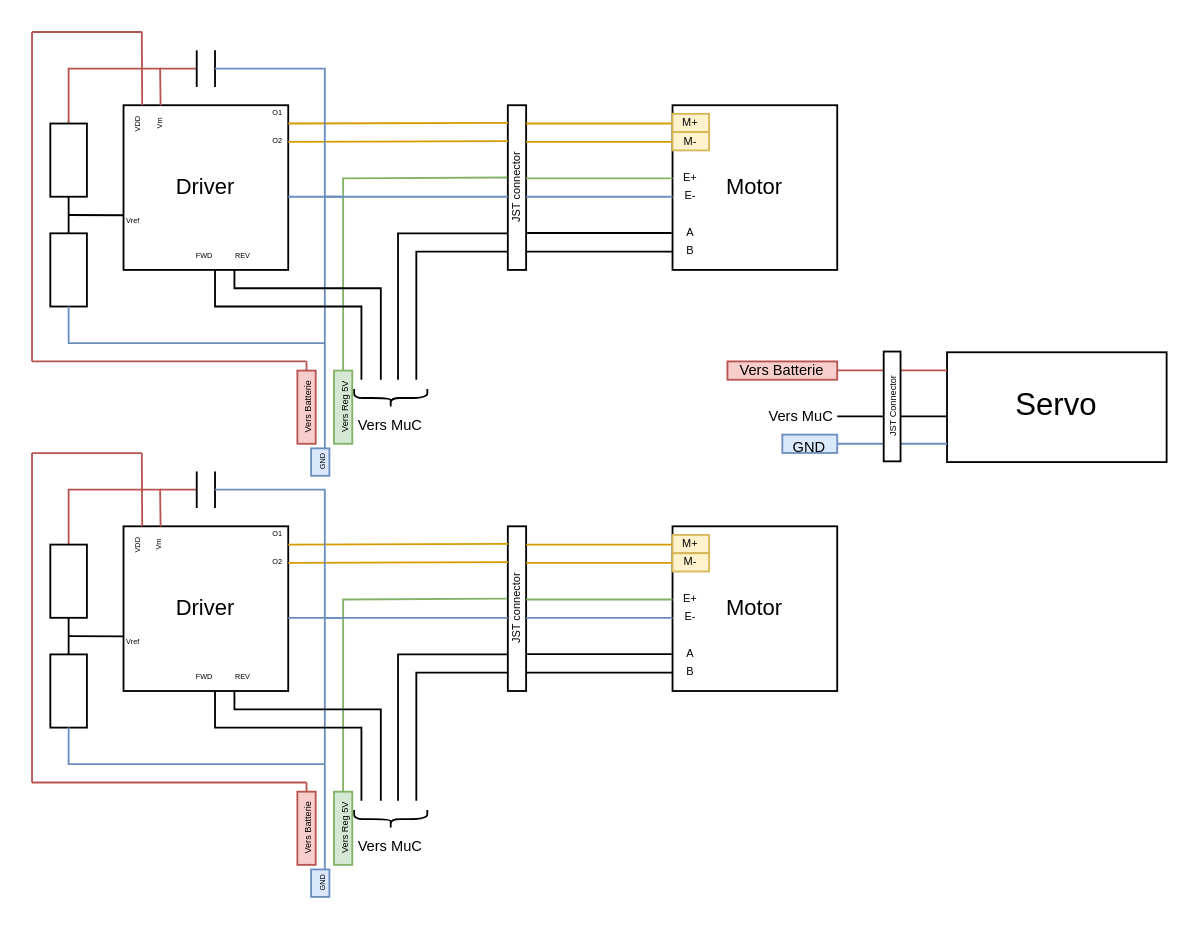
Artpel1805/Beerator keeps this draw.io diagram as page "Actuators" (4 of 5) of Diagramme/Diagramme sans nom.drawio. Above is the earlier version. Source tidied: cells renumbered, new cells numbered last; positions are measured from the earlier drawing's top-left corner, leaving out a move shared by most shapes. Both pictures are drawn from the tidied source at 183%, with x=0, y=0 at pixel (31, 31).
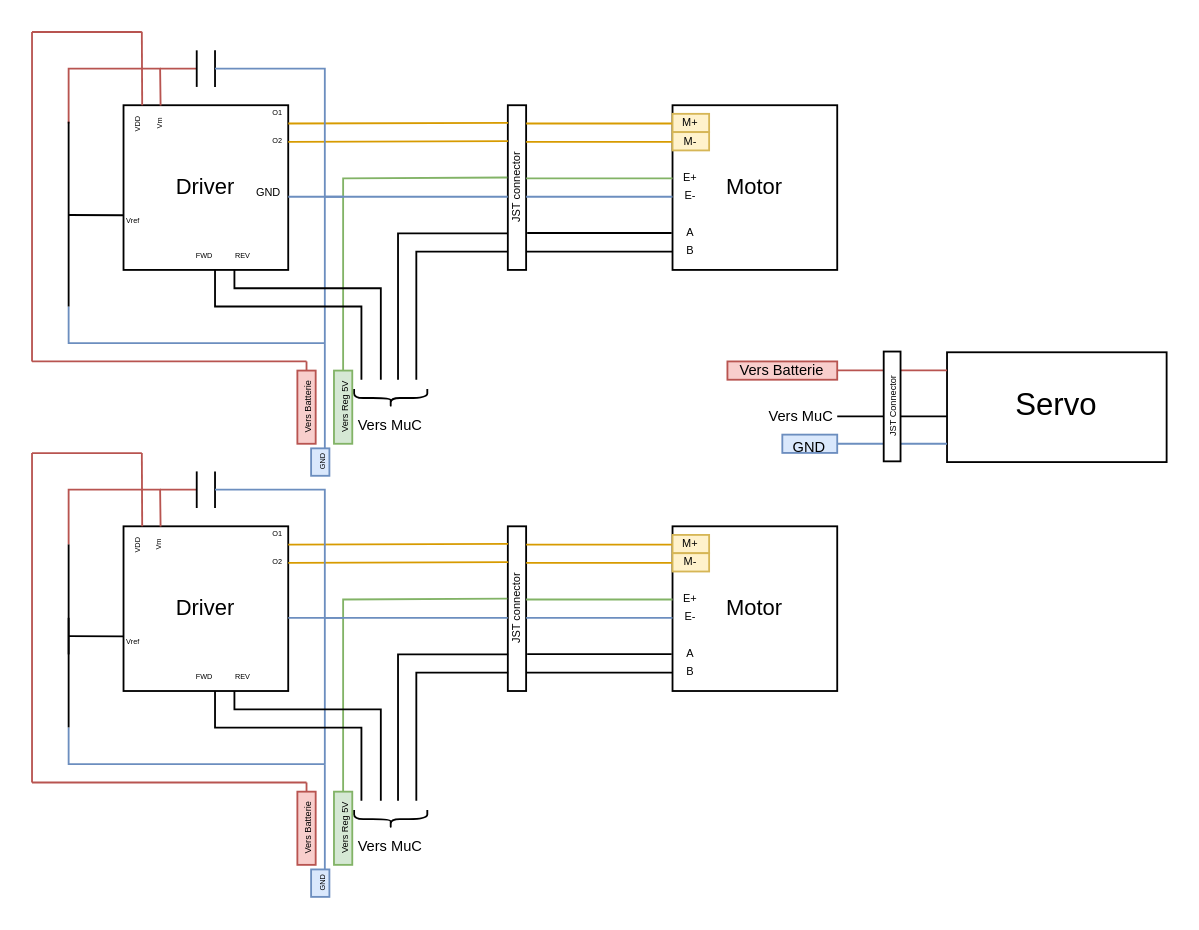
The same page after the edit.

Change to the diagram source:
```diff
@@
-    <mxCell id="27" style="rounded=0;whiteSpace=wrap;html=1;" parent="1" vertex="1">
-      <mxGeometry x="10" y="50" width="20" height="40" as="geometry" />
-    </mxCell>
-    <mxCell id="28" style="rounded=0;whiteSpace=wrap;html=1;" parent="1" vertex="1">
-      <mxGeometry x="10" y="110" width="20" height="40" as="geometry" />
-    </mxCell>
-    <mxCell id="29" style="endArrow=none;html=1;rounded=0;exitX=0.5;exitY=0;exitDx=0;exitDy=0;" parent="1" edge="1" source="28">
-      <mxGeometry relative="1" as="geometry">
-        <mxPoint x="20" y="90" as="targetPoint" />
-      </mxGeometry>
-    </mxCell>
@@
-    <mxCell id="80" style="rounded=0;whiteSpace=wrap;html=1;" parent="1" vertex="1">
-      <mxGeometry x="10" y="280.1" width="20" height="40" as="geometry" />
-    </mxCell>
-    <mxCell id="81" style="rounded=0;whiteSpace=wrap;html=1;" parent="1" vertex="1">
-      <mxGeometry x="10" y="340.1" width="20" height="40" as="geometry" />
-    </mxCell>
-    <mxCell id="82" style="endArrow=none;html=1;rounded=0;exitX=0.5;exitY=0;exitDx=0;exitDy=0;" parent="1" edge="1" source="81">
+    <mxCell id="82" style="endArrow=none;html=1;rounded=0;exitX=0.5;exitY=0;exitDx=0;exitDy=0;" parent="1" edge="1">
       <mxGeometry relative="1" as="geometry">
+        <mxPoint x="20" y="340.1" as="sourcePoint" />
         <mxPoint x="20" y="320.1" as="targetPoint" />
       </mxGeometry>
     </mxCell>
@@
+    <mxCell id="116" value="&lt;font style=&quot;font-size: 6px;&quot;&gt;GND&lt;/font&gt;" style="text;html=1;strokeColor=none;fillColor=none;align=center;verticalAlign=middle;whiteSpace=wrap;rounded=0;" parent="1" vertex="1">
+      <mxGeometry x="119.4" y="80" width="20.6" height="12.5" as="geometry" />
+    </mxCell>
+    <mxCell id="117" style="endArrow=none;html=1;rounded=0;fontSize=6;" parent="1" edge="1">
+      <mxGeometry relative="1" as="geometry">
+        <mxPoint x="20" y="150" as="sourcePoint" />
+        <mxPoint x="20" y="49" as="targetPoint" />
+      </mxGeometry>
+    </mxCell>
+    <mxCell id="118" style="endArrow=none;html=1;rounded=0;fontSize=6;" parent="1" edge="1">
+      <mxGeometry relative="1" as="geometry">
+        <mxPoint x="20" y="380" as="sourcePoint" />
+        <mxPoint x="20" y="280" as="targetPoint" />
+      </mxGeometry>
+    </mxCell>
```
